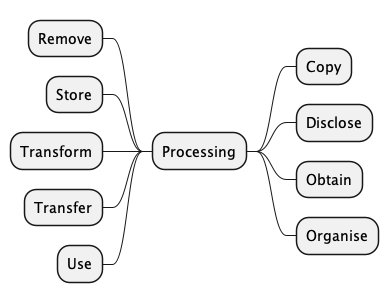
This is media/processing.png from jeswr/dpv, a PlantUML export, as it was before one commit. Its diagram source:
```plantuml
@startmindmap
!include style.plantuml


+ Processing
++ Copy
++ Disclose
++ Obtain
++ Organise
-- Remove
-- Store
-- Transform
-- Transfer
-- Use

@enduml
```
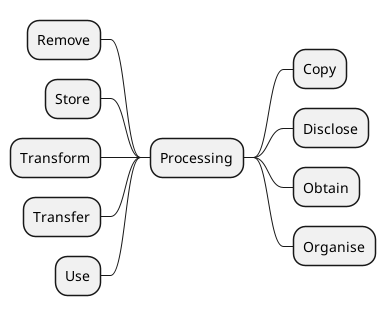
After the change.

Diff of the diagram source:
```diff
@@ -13,4 +13,4 @@
 -- Transfer
 -- Use
 
-@enduml
+@endmindmap
```
